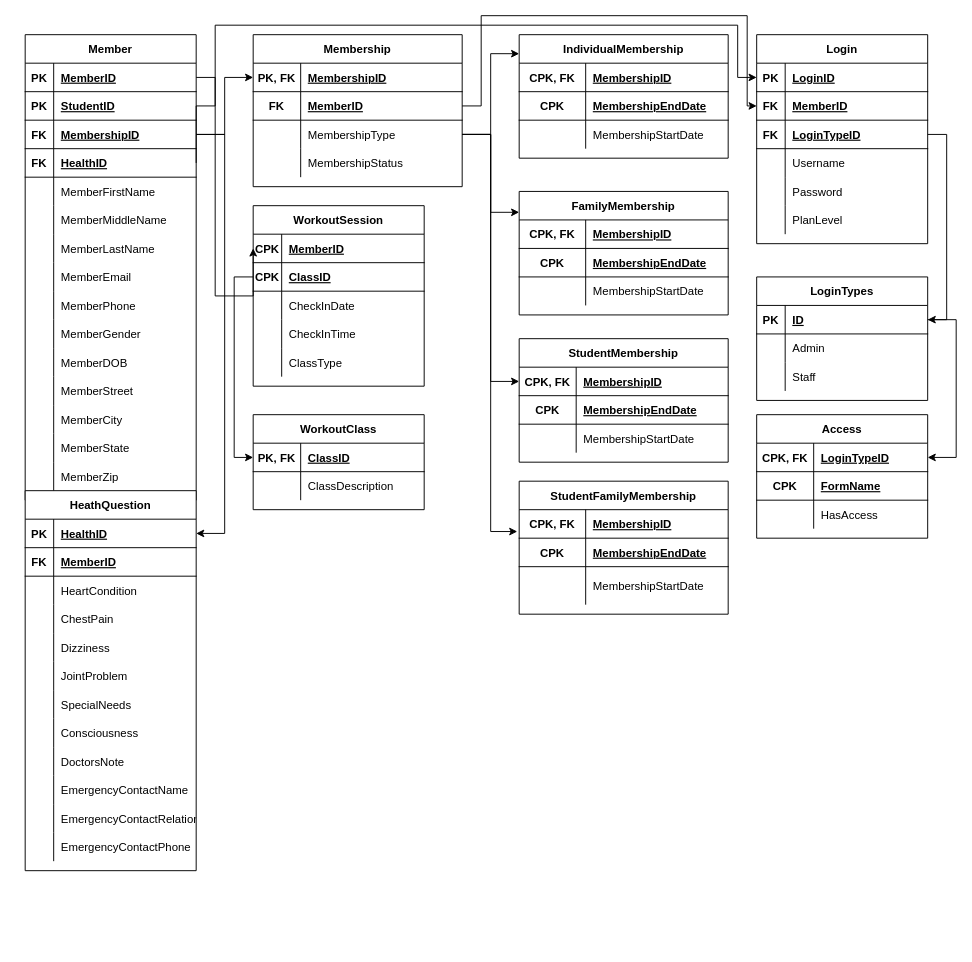
The draw.io diagram Untitled Diagram.drawio in aayushbhurtel/gym-management-system, before the edit. Source tidied: cells renumbered, new cells numbered last; positions are measured from the earlier drawing's top-left corner, leaving out a move shared by most shapes. Both pictures are drawn from the tidied source at 95%, with x=0, y=0 at pixel (25, 15).
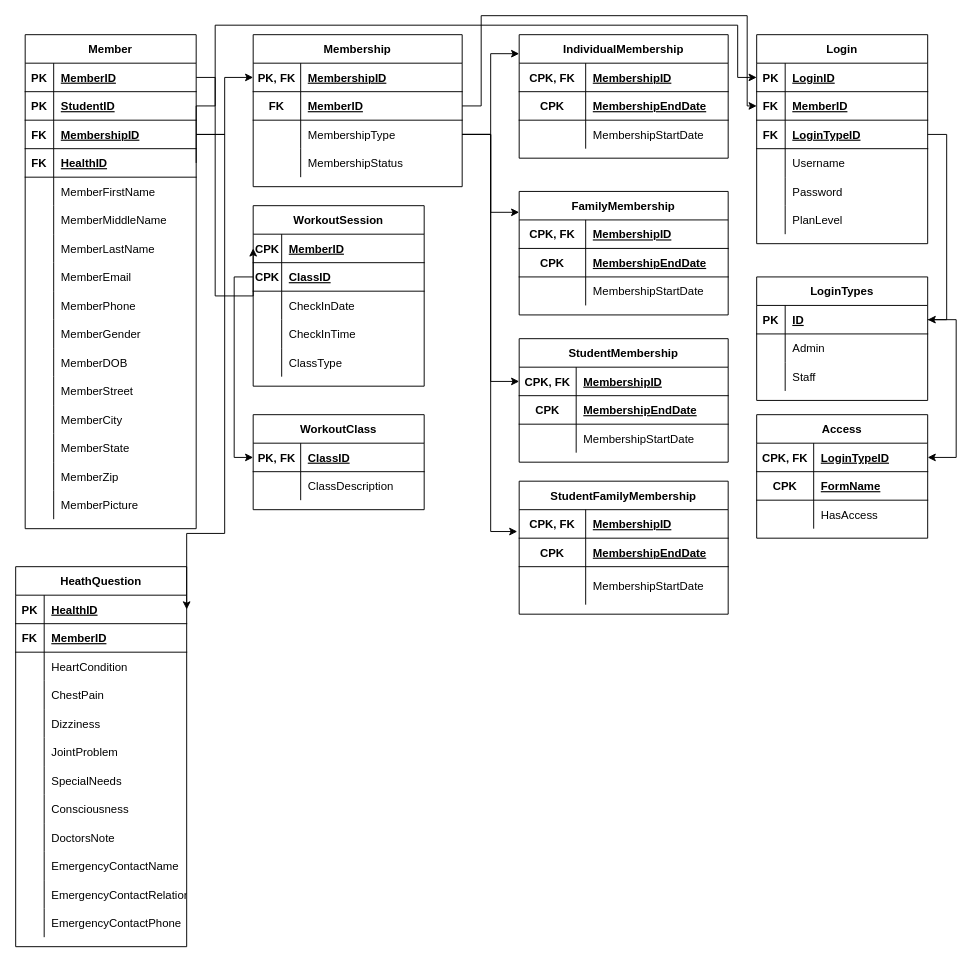
The same page after the edit.

The edit, as a diff of the source:
```diff
@@
     <mxCell id="2" value="Member" style="shape=table;startSize=30;childLayout=tableLayout;rowLines=0;fontStyle=1;align=center;" parent="1" vertex="1">
-      <mxGeometry y="20" width="180" height="490" as="geometry" />
+      <mxGeometry y="20" width="180" height="520" as="geometry" />
     </mxCell>
@@
+    <mxCell id="212" style="shape=tableRow;horizontal=0;startSize=0;swimlaneHead=0;swimlaneBody=0;fillColor=none;top=0;left=0;right=0;bottom=0;" parent="2" vertex="1">
+      <mxGeometry y="480" width="180" height="30" as="geometry" />
+    </mxCell>
+    <mxCell id="213" style="shape=partialRectangle;fillColor=none;top=0;left=0;bottom=0;right=0;overflow=hidden;" parent="212" vertex="1">
+      <mxGeometry width="30" height="30" as="geometry" />
+    </mxCell>
+    <mxCell id="214" value="MemberPicture" style="shape=partialRectangle;fillColor=none;top=0;left=0;bottom=0;right=0;align=left;spacingLeft=6;overflow=hidden;" parent="212" vertex="1">
+      <mxGeometry x="30" width="150" height="30" as="geometry" />
+    </mxCell>
@@
     <mxCell id="61" value="HeathQuestion" style="shape=table;startSize=30;childLayout=tableLayout;rowLines=0;fontStyle=1;align=center;" parent="1" vertex="1">
-      <mxGeometry y="500" width="180" height="400" as="geometry" />
+      <mxGeometry x="-10" y="580" width="180" height="400" as="geometry" />
     </mxCell>
```
